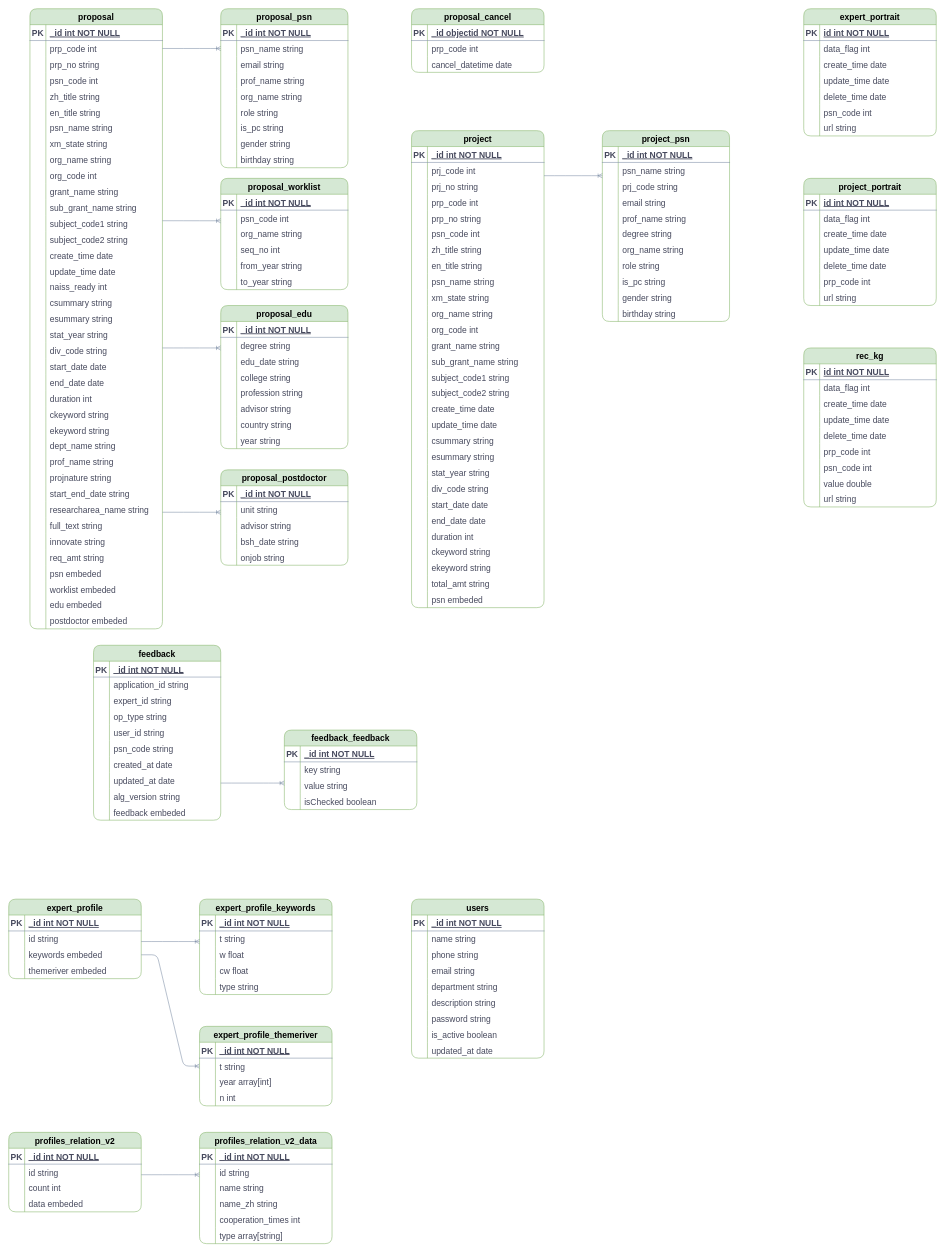
Before: ITIC_E-R.drawio in xianghuzhao/chart, a draw.io diagram. Source tidied: cells renumbered, new cells numbered last; positions are measured from the earlier drawing's top-left corner, leaving out a move shared by most shapes. Both pictures are drawn from the tidied source at 53%, with x=0, y=0 at pixel (8, 8).
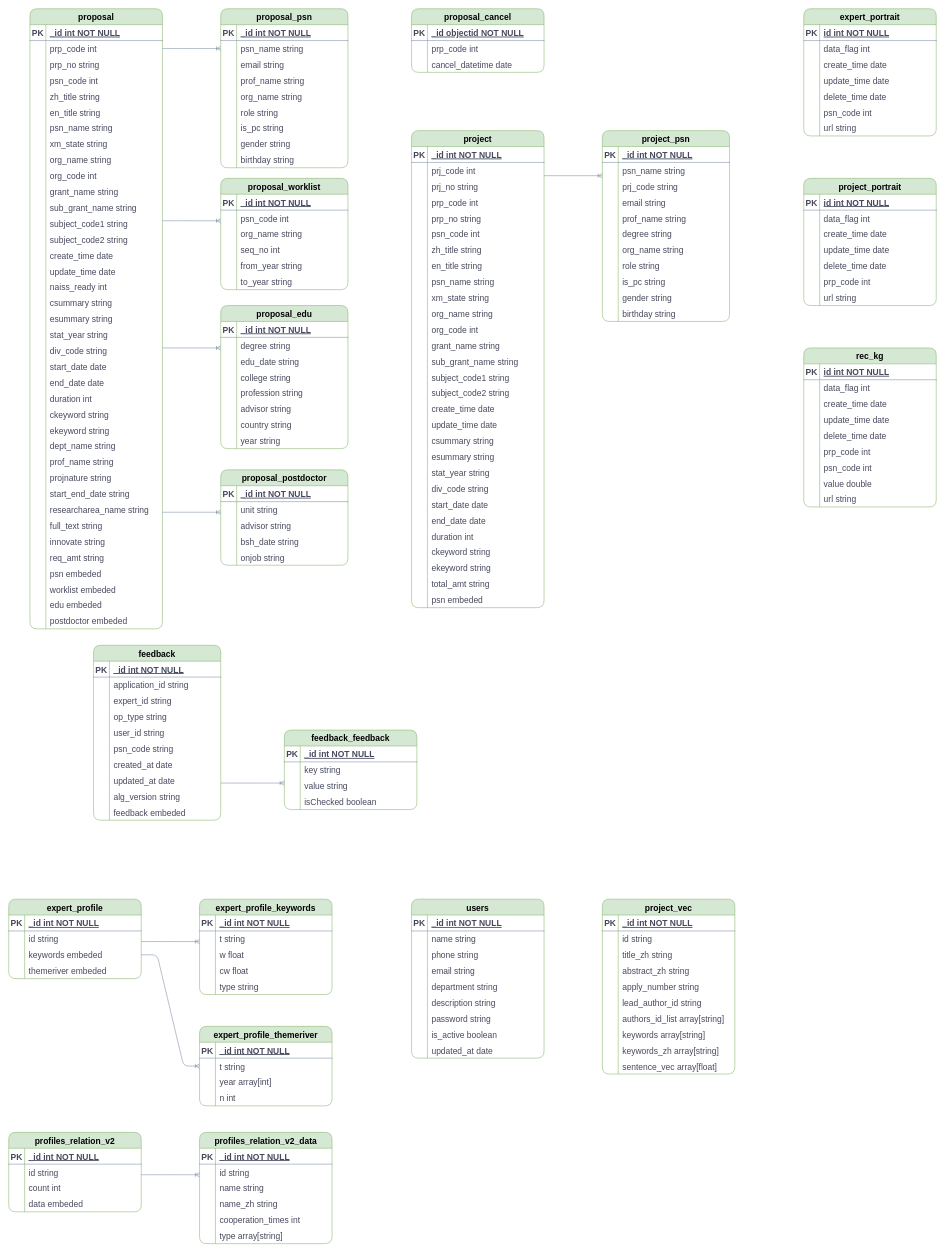
Above is the later version.

What changed in the source:
```diff
@@
+    <mxCell id="564" value="project_vec" style="shape=table;startSize=30;childLayout=tableLayout;rowLines=0;fontStyle=1;align=center;rounded=1;fillColor=#d5e8d4;strokeColor=#82b366;fontSize=16;" parent="1" vertex="1">
+      <mxGeometry x="1120" y="1680" width="250" height="330" as="geometry" />
+    </mxCell>
+    <mxCell id="565" style="shape=partialRectangle;fillColor=none;top=0;left=0;right=0;bottom=1;rounded=1;strokeColor=#788AA3;fontColor=#46495D;fontSize=16;" parent="564" vertex="1">
+      <mxGeometry y="30" width="250" height="30" as="geometry" />
+    </mxCell>
+    <mxCell id="566" value="PK" style="shape=partialRectangle;overflow=hidden;fillColor=none;top=0;left=0;bottom=0;right=0;fontStyle=1;rounded=1;strokeColor=#788AA3;fontColor=#46495D;fontSize=16;" parent="565" vertex="1">
+      <mxGeometry width="30" height="30" as="geometry" />
+    </mxCell>
+    <mxCell id="567" value="_id int NOT NULL " style="shape=partialRectangle;overflow=hidden;fillColor=none;top=0;left=0;bottom=0;right=0;align=left;spacingLeft=6;fontStyle=5;rounded=1;strokeColor=#788AA3;fontColor=#46495D;fontSize=16;" parent="565" vertex="1">
+      <mxGeometry x="30" width="220" height="30" as="geometry" />
+    </mxCell>
+    <mxCell id="568" style="shape=partialRectangle;fillColor=none;top=0;left=0;right=0;bottom=0;rounded=1;strokeColor=#788AA3;fontColor=#46495D;fontSize=16;" parent="564" vertex="1">
+      <mxGeometry y="60" width="250" height="30" as="geometry" />
+    </mxCell>
+    <mxCell id="569" style="shape=partialRectangle;overflow=hidden;fillColor=none;top=0;left=0;bottom=0;right=0;rounded=1;strokeColor=#788AA3;fontColor=#46495D;fontSize=16;" parent="568" vertex="1">
+      <mxGeometry width="30" height="30" as="geometry" />
+    </mxCell>
+    <mxCell id="570" value="id string" style="shape=partialRectangle;overflow=hidden;fillColor=none;top=0;left=0;bottom=0;right=0;align=left;spacingLeft=6;rounded=1;strokeColor=#788AA3;fontColor=#46495D;fontSize=16;" parent="568" vertex="1">
+      <mxGeometry x="30" width="220" height="30" as="geometry" />
+    </mxCell>
+    <mxCell id="571" style="shape=partialRectangle;fillColor=none;top=0;left=0;right=0;bottom=0;rounded=1;strokeColor=#788AA3;fontColor=#46495D;fontSize=16;" parent="564" vertex="1">
+      <mxGeometry y="90" width="250" height="30" as="geometry" />
+    </mxCell>
+    <mxCell id="572" style="shape=partialRectangle;overflow=hidden;fillColor=none;top=0;left=0;bottom=0;right=0;rounded=1;strokeColor=#788AA3;fontColor=#46495D;fontSize=16;" parent="571" vertex="1">
+      <mxGeometry width="30" height="30" as="geometry" />
+    </mxCell>
+    <mxCell id="573" value="title_zh string" style="shape=partialRectangle;overflow=hidden;fillColor=none;top=0;left=0;bottom=0;right=0;align=left;spacingLeft=6;rounded=1;strokeColor=#788AA3;fontColor=#46495D;fontSize=16;" parent="571" vertex="1">
+      <mxGeometry x="30" width="220" height="30" as="geometry" />
+    </mxCell>
+    <mxCell id="574" style="shape=partialRectangle;fillColor=none;top=0;left=0;right=0;bottom=0;rounded=1;strokeColor=#788AA3;fontColor=#46495D;fontSize=16;" parent="564" vertex="1">
+      <mxGeometry y="120" width="250" height="30" as="geometry" />
+    </mxCell>
+    <mxCell id="575" style="shape=partialRectangle;overflow=hidden;fillColor=none;top=0;left=0;bottom=0;right=0;rounded=1;strokeColor=#788AA3;fontColor=#46495D;fontSize=16;" parent="574" vertex="1">
+      <mxGeometry width="30" height="30" as="geometry" />
+    </mxCell>
+    <mxCell id="576" value="abstract_zh string" style="shape=partialRectangle;overflow=hidden;fillColor=none;top=0;left=0;bottom=0;right=0;align=left;spacingLeft=6;rounded=1;strokeColor=#788AA3;fontColor=#46495D;fontSize=16;" parent="574" vertex="1">
+      <mxGeometry x="30" width="220" height="30" as="geometry" />
+    </mxCell>
+    <mxCell id="577" style="shape=partialRectangle;fillColor=none;top=0;left=0;right=0;bottom=0;rounded=1;strokeColor=#788AA3;fontColor=#46495D;fontSize=16;" parent="564" vertex="1">
+      <mxGeometry y="150" width="250" height="30" as="geometry" />
+    </mxCell>
+    <mxCell id="578" style="shape=partialRectangle;overflow=hidden;fillColor=none;top=0;left=0;bottom=0;right=0;rounded=1;strokeColor=#788AA3;fontColor=#46495D;fontSize=16;" parent="577" vertex="1">
+      <mxGeometry width="30" height="30" as="geometry" />
+    </mxCell>
+    <mxCell id="579" value="apply_number string" style="shape=partialRectangle;overflow=hidden;fillColor=none;top=0;left=0;bottom=0;right=0;align=left;spacingLeft=6;rounded=1;strokeColor=#788AA3;fontColor=#46495D;fontSize=16;" parent="577" vertex="1">
+      <mxGeometry x="30" width="220" height="30" as="geometry" />
+    </mxCell>
+    <mxCell id="580" style="shape=partialRectangle;fillColor=none;top=0;left=0;right=0;bottom=0;rounded=1;strokeColor=#788AA3;fontColor=#46495D;fontSize=16;" parent="564" vertex="1">
+      <mxGeometry y="180" width="250" height="30" as="geometry" />
+    </mxCell>
+    <mxCell id="581" style="shape=partialRectangle;overflow=hidden;fillColor=none;top=0;left=0;bottom=0;right=0;rounded=1;strokeColor=#788AA3;fontColor=#46495D;fontSize=16;" parent="580" vertex="1">
+      <mxGeometry width="30" height="30" as="geometry" />
+    </mxCell>
+    <mxCell id="582" value="lead_author_id string" style="shape=partialRectangle;overflow=hidden;fillColor=none;top=0;left=0;bottom=0;right=0;align=left;spacingLeft=6;rounded=1;strokeColor=#788AA3;fontColor=#46495D;fontSize=16;" parent="580" vertex="1">
+      <mxGeometry x="30" width="220" height="30" as="geometry" />
+    </mxCell>
+    <mxCell id="583" style="shape=partialRectangle;fillColor=none;top=0;left=0;right=0;bottom=0;rounded=1;strokeColor=#788AA3;fontColor=#46495D;fontSize=16;" parent="564" vertex="1">
+      <mxGeometry y="210" width="250" height="30" as="geometry" />
+    </mxCell>
+    <mxCell id="584" style="shape=partialRectangle;overflow=hidden;fillColor=none;top=0;left=0;bottom=0;right=0;rounded=1;strokeColor=#788AA3;fontColor=#46495D;fontSize=16;" parent="583" vertex="1">
+      <mxGeometry width="30" height="30" as="geometry" />
+    </mxCell>
+    <mxCell id="585" value="authors_id_list array[string]" style="shape=partialRectangle;overflow=hidden;fillColor=none;top=0;left=0;bottom=0;right=0;align=left;spacingLeft=6;rounded=1;strokeColor=#788AA3;fontColor=#46495D;fontSize=16;" parent="583" vertex="1">
+      <mxGeometry x="30" width="220" height="30" as="geometry" />
+    </mxCell>
+    <mxCell id="586" style="shape=partialRectangle;fillColor=none;top=0;left=0;right=0;bottom=0;rounded=1;strokeColor=#788AA3;fontColor=#46495D;fontSize=16;" parent="564" vertex="1">
+      <mxGeometry y="240" width="250" height="30" as="geometry" />
+    </mxCell>
+    <mxCell id="587" style="shape=partialRectangle;overflow=hidden;fillColor=none;top=0;left=0;bottom=0;right=0;rounded=1;strokeColor=#788AA3;fontColor=#46495D;fontSize=16;" parent="586" vertex="1">
+      <mxGeometry width="30" height="30" as="geometry" />
+    </mxCell>
+    <mxCell id="588" value="keywords array[string]" style="shape=partialRectangle;overflow=hidden;fillColor=none;top=0;left=0;bottom=0;right=0;align=left;spacingLeft=6;rounded=1;strokeColor=#788AA3;fontColor=#46495D;fontSize=16;" parent="586" vertex="1">
+      <mxGeometry x="30" width="220" height="30" as="geometry" />
+    </mxCell>
+    <mxCell id="589" style="shape=partialRectangle;fillColor=none;top=0;left=0;right=0;bottom=0;rounded=1;strokeColor=#788AA3;fontColor=#46495D;fontSize=16;" parent="564" vertex="1">
+      <mxGeometry y="270" width="250" height="30" as="geometry" />
+    </mxCell>
+    <mxCell id="590" style="shape=partialRectangle;overflow=hidden;fillColor=none;top=0;left=0;bottom=0;right=0;rounded=1;strokeColor=#788AA3;fontColor=#46495D;fontSize=16;" parent="589" vertex="1">
+      <mxGeometry width="30" height="30" as="geometry" />
+    </mxCell>
+    <mxCell id="591" value="keywords_zh array[string]" style="shape=partialRectangle;overflow=hidden;fillColor=none;top=0;left=0;bottom=0;right=0;align=left;spacingLeft=6;rounded=1;strokeColor=#788AA3;fontColor=#46495D;fontSize=16;" parent="589" vertex="1">
+      <mxGeometry x="30" width="220" height="30" as="geometry" />
+    </mxCell>
+    <mxCell id="592" style="shape=partialRectangle;fillColor=none;top=0;left=0;right=0;bottom=0;rounded=1;strokeColor=#788AA3;fontColor=#46495D;fontSize=16;" parent="564" vertex="1">
+      <mxGeometry y="300" width="250" height="30" as="geometry" />
+    </mxCell>
+    <mxCell id="593" style="shape=partialRectangle;overflow=hidden;fillColor=none;top=0;left=0;bottom=0;right=0;rounded=1;strokeColor=#788AA3;fontColor=#46495D;fontSize=16;" parent="592" vertex="1">
+      <mxGeometry width="30" height="30" as="geometry" />
+    </mxCell>
+    <mxCell id="594" value="sentence_vec array[float]" style="shape=partialRectangle;overflow=hidden;fillColor=none;top=0;left=0;bottom=0;right=0;align=left;spacingLeft=6;rounded=1;strokeColor=#788AA3;fontColor=#46495D;fontSize=16;" parent="592" vertex="1">
+      <mxGeometry x="30" width="220" height="30" as="geometry" />
+    </mxCell>
```
